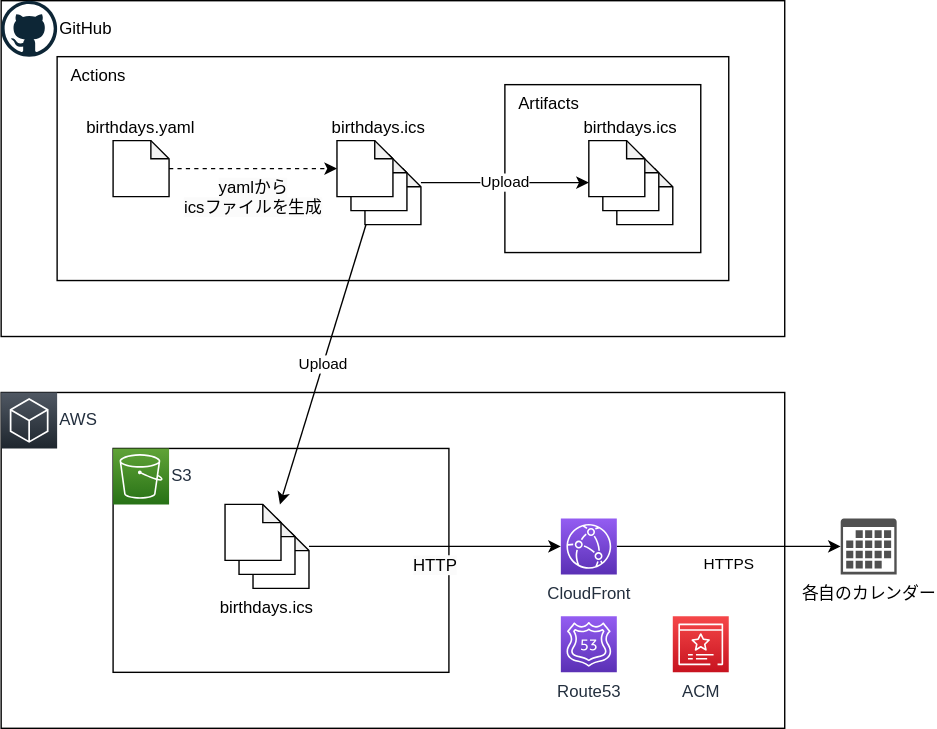
Before: notes/overview.drawio.svg, a diagram exported from draw.io (ushibutatory/umamusume-birthdays). Source tidied: cells renumbered, new cells last; positions are measured from the earlier drawing's top-left corner, leaving out a move shared by most shapes.
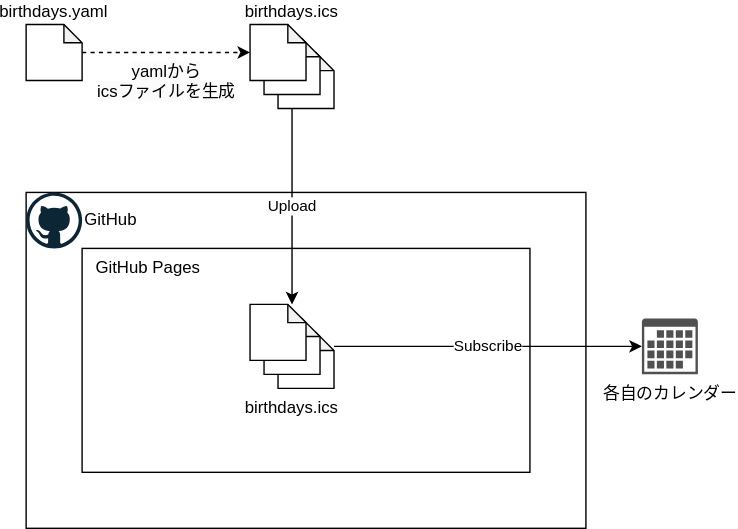
The same diagram one commit later.

The edit, as a diff of the source:
```diff
@@ -2,47 +2,26 @@
   <root>
     <mxCell id="0" />
     <mxCell id="1" parent="0" />
-    <mxCell id="2" style="rounded=0;whiteSpace=wrap;html=1;labelBackgroundColor=default;strokeColor=default;fillColor=none;gradientColor=none;" parent="1" vertex="1">
-      <mxGeometry y="280" width="560" height="240" as="geometry" />
-    </mxCell>
-    <mxCell id="3" style="rounded=0;whiteSpace=wrap;html=1;labelBackgroundColor=default;strokeColor=default;fillColor=none;gradientColor=none;" parent="1" vertex="1">
-      <mxGeometry x="80" y="320" width="240" height="160" as="geometry" />
-    </mxCell>
     <mxCell id="4" style="rounded=0;whiteSpace=wrap;html=1;labelBackgroundColor=default;strokeColor=default;fillColor=none;gradientColor=none;" parent="1" vertex="1">
-      <mxGeometry width="560" height="240" as="geometry" />
+      <mxGeometry x="80" y="160" width="400" height="240" as="geometry" />
     </mxCell>
-    <mxCell id="5" value="Actions" style="rounded=0;whiteSpace=wrap;html=1;labelBackgroundColor=default;strokeColor=default;fillColor=none;gradientColor=none;align=left;verticalAlign=top;spacingLeft=8;" parent="1" vertex="1">
-      <mxGeometry x="40" y="40" width="480" height="160" as="geometry" />
-    </mxCell>
-    <mxCell id="6" value="HTTPS" style="endArrow=classic;html=1;edgeStyle=orthogonalEdgeStyle;labelPosition=center;verticalLabelPosition=bottom;align=center;verticalAlign=top;" parent="1" edge="1" source="13" target="8">
-      <mxGeometry relative="1" as="geometry" />
-    </mxCell>
+    <mxCell id="35" value="GitHub Pages" style="rounded=0;whiteSpace=wrap;html=1;labelBackgroundColor=default;strokeColor=default;fillColor=none;gradientColor=none;align=left;verticalAlign=top;spacingLeft=8;" parent="1" vertex="1">
+      <mxGeometry x="120" y="200" width="320" height="160" as="geometry" />
+    </mxCell>
     <mxCell id="7" value="birthdays.yaml" style="shape=note;whiteSpace=wrap;html=1;backgroundOutline=1;darkOpacity=0.05;labelPosition=center;verticalLabelPosition=top;align=center;verticalAlign=bottom;size=13;" parent="1" vertex="1">
-      <mxGeometry x="80" y="100" width="40" height="40" as="geometry" />
+      <mxGeometry x="80" y="40" width="40" height="40" as="geometry" />
     </mxCell>
     <mxCell id="8" value="各自のカレンダー" style="shadow=0;dashed=0;html=1;strokeColor=none;fillColor=#505050;labelPosition=center;verticalLabelPosition=bottom;verticalAlign=top;outlineConnect=0;align=center;shape=mxgraph.office.concepts.calendar;" parent="1" vertex="1">
-      <mxGeometry x="600" y="370" width="40" height="40" as="geometry" />
+      <mxGeometry x="520" y="250" width="40" height="40" as="geometry" />
     </mxCell>
     <mxCell id="9" value="&lt;span style=&quot;font-size: 12px; background-color: rgb(251, 251, 251);&quot;&gt;yamlから&lt;/span&gt;&lt;br style=&quot;border-color: var(--border-color); font-size: 12px; background-color: rgb(251, 251, 251);&quot;&gt;&lt;span style=&quot;font-size: 12px; background-color: rgb(251, 251, 251);&quot;&gt;icsファイルを生成&lt;/span&gt;" style="endArrow=classic;html=1;labelPosition=center;verticalLabelPosition=bottom;align=center;verticalAlign=top;dashed=1;" parent="1" edge="1" source="7" target="18">
       <mxGeometry relative="1" as="geometry" />
     </mxCell>
-    <mxCell id="10" value="AWS" style="sketch=0;gradientDirection=north;fontColor=#232F3E;gradientColor=#505863;fillColor=#1E262E;strokeColor=#ffffff;dashed=0;verticalLabelPosition=middle;verticalAlign=middle;align=left;html=1;fontSize=12;fontStyle=0;shape=mxgraph.aws4.resourceIcon;resIcon=mxgraph.aws4.general;labelBackgroundColor=default;labelPosition=right;" parent="1" vertex="1">
-      <mxGeometry y="280" width="40" height="40" as="geometry" />
-    </mxCell>
     <mxCell id="11" value="GitHub" style="dashed=0;html=1;align=left;labelPosition=right;verticalLabelPosition=middle;verticalAlign=middle;shape=mxgraph.weblogos.github;labelBackgroundColor=default;" parent="1" vertex="1">
-      <mxGeometry width="40" height="40" as="geometry" />
+      <mxGeometry x="80" y="160" width="40" height="40" as="geometry" />
     </mxCell>
-    <mxCell id="12" value="S3" style="sketch=0;fontColor=#232F3E;gradientColor=#60A337;gradientDirection=north;fillColor=#277116;strokeColor=#ffffff;dashed=0;verticalLabelPosition=middle;verticalAlign=middle;align=left;html=1;fontSize=12;fontStyle=0;shape=mxgraph.aws4.resourceIcon;resIcon=mxgraph.aws4.s3;labelBackgroundColor=default;labelPosition=right;" parent="1" vertex="1">
-      <mxGeometry x="80" y="320" width="40" height="40" as="geometry" />
-    </mxCell>
-    <mxCell id="13" value="CloudFront" style="sketch=0;points=[[0,0,0],[0.25,0,0],[0.5,0,0],[0.75,0,0],[1,0,0],[0,1,0],[0.25,1,0],[0.5,1,0],[0.75,1,0],[1,1,0],[0,0.25,0],[0,0.5,0],[0,0.75,0],[1,0.25,0],[1,0.5,0],[1,0.75,0]];outlineConnect=0;fontColor=#232F3E;gradientColor=#945DF2;gradientDirection=north;fillColor=#5A30B5;strokeColor=#ffffff;dashed=0;verticalLabelPosition=bottom;verticalAlign=top;align=center;html=1;fontSize=12;fontStyle=0;shape=mxgraph.aws4.resourceIcon;resIcon=mxgraph.aws4.cloudfront;labelBackgroundColor=default;labelPosition=center;" parent="1" vertex="1">
-      <mxGeometry x="400" y="370" width="40" height="40" as="geometry" />
-    </mxCell>
-    <mxCell id="14" value="Upload" style="endArrow=classic;html=1;" parent="1" edge="1" source="19" target="25">
-      <mxGeometry relative="1" as="geometry" />
-    </mxCell>
     <mxCell id="15" value="birthdays.ics" style="group;labelPosition=center;verticalLabelPosition=top;align=center;verticalAlign=bottom;" parent="1" vertex="1">
-      <mxGeometry x="240" y="100" width="60" height="60" as="geometry" />
+      <mxGeometry x="240" y="40" width="60" height="60" as="geometry" />
     </mxCell>
     <mxCell id="16" style="shape=note;whiteSpace=wrap;html=1;backgroundOutline=1;darkOpacity=0.05;labelPosition=left;verticalLabelPosition=middle;align=right;verticalAlign=middle;size=13;" parent="15" vertex="1">
       <mxGeometry x="20" y="20" width="40" height="40" as="geometry" />
@@ -57,7 +36,7 @@
       <mxGeometry width="60" height="60" as="geometry" />
     </mxCell>
     <mxCell id="20" style="group;" parent="1" vertex="1">
-      <mxGeometry x="160" y="360" width="60" height="60" as="geometry" />
+      <mxGeometry x="240" y="240" width="60" height="60" as="geometry" />
     </mxCell>
     <mxCell id="21" value="birthdays.ics" style="group;labelPosition=center;verticalLabelPosition=bottom;align=center;verticalAlign=top;" parent="20" vertex="1">
       <mxGeometry width="60" height="60" as="geometry" />
@@ -74,35 +53,11 @@
     <mxCell id="25" style="rounded=0;whiteSpace=wrap;html=1;labelBackgroundColor=default;strokeColor=none;fillColor=none;gradientColor=none;" parent="20" vertex="1">
       <mxGeometry width="60" height="60" as="geometry" />
     </mxCell>
-    <mxCell id="26" value="&lt;span style=&quot;font-size: 12px; background-color: rgb(251, 251, 251);&quot;&gt;HTTP&lt;/span&gt;" style="endArrow=classic;html=1;labelPosition=center;verticalLabelPosition=bottom;align=center;verticalAlign=top;" parent="1" edge="1" source="25" target="13">
-      <mxGeometry relative="1" as="geometry" />
-    </mxCell>
-    <mxCell id="27" value="ACM" style="sketch=0;fontColor=#232F3E;gradientColor=#F54749;gradientDirection=north;fillColor=#C7131F;strokeColor=#ffffff;dashed=0;verticalLabelPosition=bottom;verticalAlign=top;align=center;html=1;fontSize=12;fontStyle=0;shape=mxgraph.aws4.resourceIcon;resIcon=mxgraph.aws4.certificate_manager_3;labelBackgroundColor=default;" parent="1" vertex="1">
-      <mxGeometry x="480" y="440" width="40" height="40" as="geometry" />
-    </mxCell>
-    <mxCell id="28" value="Artifacts" style="rounded=0;whiteSpace=wrap;html=1;labelBackgroundColor=default;strokeColor=default;fillColor=none;gradientColor=none;align=left;verticalAlign=top;spacingLeft=8;" parent="1" vertex="1">
-      <mxGeometry x="360" y="60" width="140" height="120" as="geometry" />
-    </mxCell>
-    <mxCell id="29" value="birthdays.ics" style="group;labelPosition=center;verticalLabelPosition=top;align=center;verticalAlign=bottom;" parent="1" vertex="1">
-      <mxGeometry x="420" y="100" width="60" height="60" as="geometry" />
-    </mxCell>
-    <mxCell id="30" style="shape=note;whiteSpace=wrap;html=1;backgroundOutline=1;darkOpacity=0.05;labelPosition=left;verticalLabelPosition=middle;align=right;verticalAlign=middle;size=13;" parent="29" vertex="1">
-      <mxGeometry x="20" y="20" width="40" height="40" as="geometry" />
-    </mxCell>
-    <mxCell id="31" style="shape=note;whiteSpace=wrap;html=1;backgroundOutline=1;darkOpacity=0.05;labelPosition=left;verticalLabelPosition=middle;align=right;verticalAlign=middle;size=13;" parent="29" vertex="1">
-      <mxGeometry x="10" y="10" width="40" height="40" as="geometry" />
-    </mxCell>
-    <mxCell id="32" style="shape=note;whiteSpace=wrap;html=1;backgroundOutline=1;darkOpacity=0.05;labelPosition=left;verticalLabelPosition=middle;align=right;verticalAlign=middle;size=13;" parent="29" vertex="1">
-      <mxGeometry width="40" height="40" as="geometry" />
-    </mxCell>
-    <mxCell id="33" style="rounded=0;whiteSpace=wrap;html=1;labelBackgroundColor=default;strokeColor=none;fillColor=none;gradientColor=none;" parent="29" vertex="1">
-      <mxGeometry width="60" height="60" as="geometry" />
-    </mxCell>
-    <mxCell id="34" value="Upload" style="endArrow=classic;html=1;" parent="1" edge="1" source="19" target="33">
+    <mxCell id="34" value="Upload" style="endArrow=classic;html=1;" parent="1" edge="1" source="19" target="25">
       <mxGeometry relative="1" as="geometry" />
     </mxCell>
-    <mxCell id="35" value="Route53" style="sketch=0;fontColor=#232F3E;gradientColor=#945DF2;gradientDirection=north;fillColor=#5A30B5;strokeColor=#ffffff;dashed=0;verticalLabelPosition=bottom;verticalAlign=top;align=center;html=1;fontSize=12;fontStyle=0;shape=mxgraph.aws4.resourceIcon;resIcon=mxgraph.aws4.route_53;" parent="1" vertex="1">
-      <mxGeometry x="400" y="440" width="40" height="40" as="geometry" />
-    </mxCell>
+    <mxCell id="36" value="Subscribe" style="endArrow=classic;html=1;" parent="1" edge="1" source="25" target="8">
+      <mxGeometry relative="1" as="geometry" />
+    </mxCell>
   </root>
 </mxGraphModel>
```
